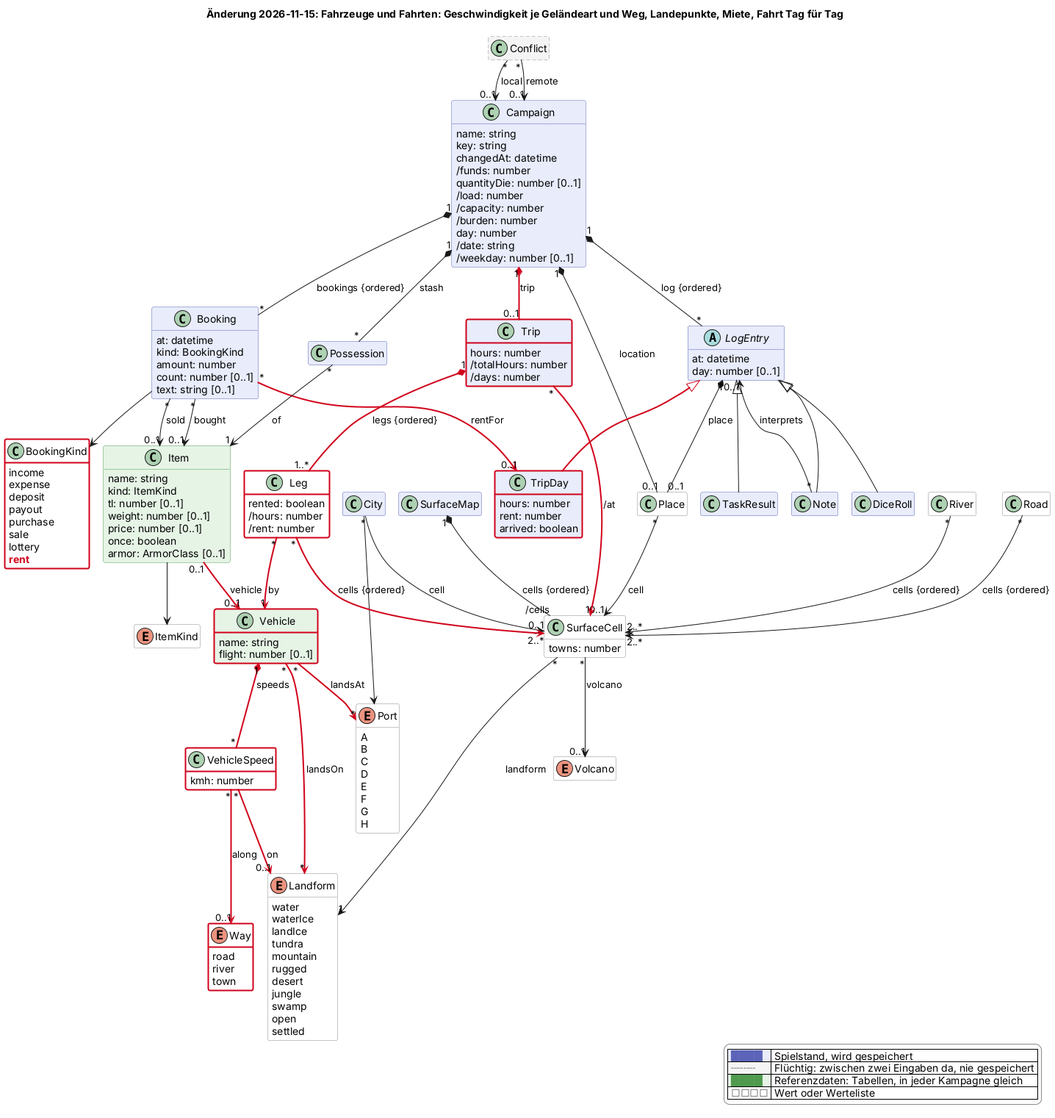
Before: docs/changes/2026-11-15-fahrzeuge-und-gelaende.png, a diagram exported from PlantUML (scuzzar/SRE).
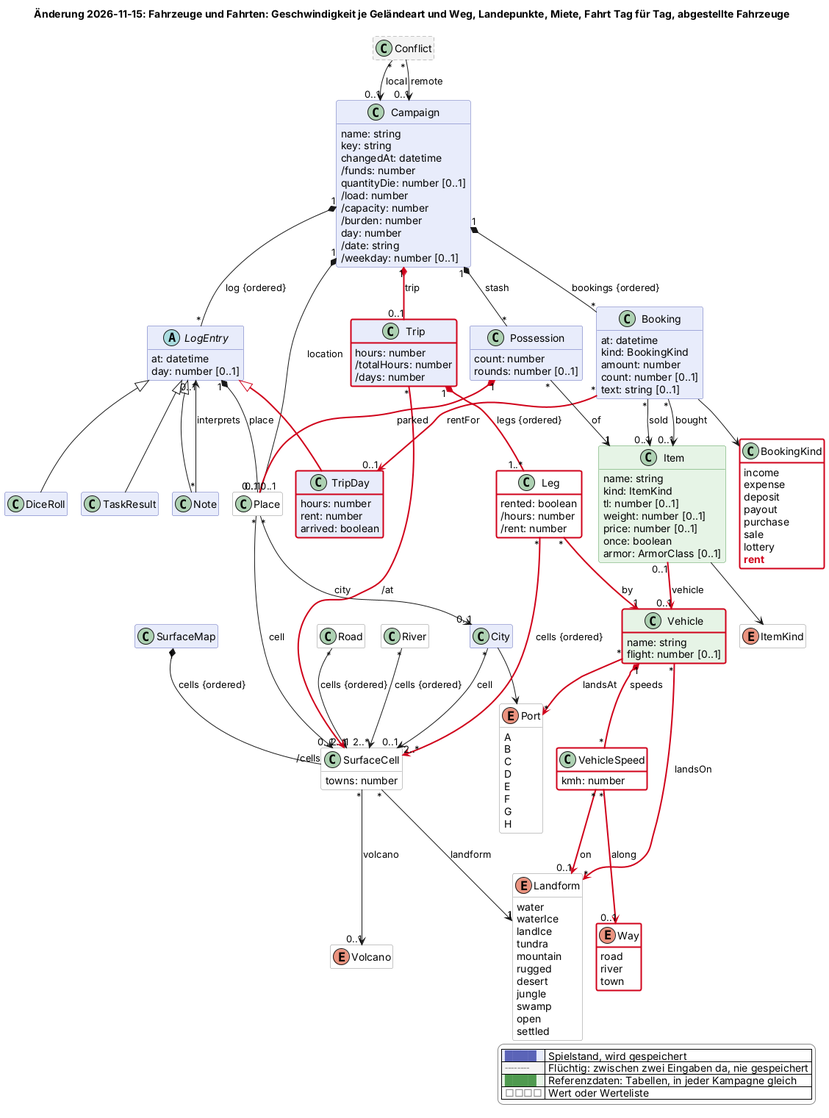
Above is the later version.

Commit message:
Modell: Fahrzeuge und Fahrt nach den Antworten des Owners, ATV aus Mission on Mithril

What changed in the source:
```diff
@@ -36,7 +36,7 @@
 !return ""
 !endfunction
 !pragma layout smetana
-title Änderung 2026-11-15: Fahrzeuge und Fahrten: Geschwindigkeit je Geländeart und Weg, Landepunkte, Miete, Fahrt Tag für Tag
+title Änderung 2026-11-15: Fahrzeuge und Fahrten: Geschwindigkeit je Geländeart und Weg, Landepunkte, Miete, Fahrt Tag für Tag, abgestellte Fahrzeuge
 hide empty members
 hide methods
 skinparam classAttributeIconSize 0
@@ -97,7 +97,10 @@
     lottery
     $new("2026-11-15", "rent")
   }
-  class Possession $shop
+  class Possession $shop {
+    count: number
+    rounds: number [0..1]
+  }
 
 
 
@@ -153,7 +156,8 @@
     G
     H
   }
-  class Place <<value>> $oberflaeche
+  class Place <<value>> $oberflaeche {
+  }
   class Vehicle <<reference>> $logistik $newClass("2026-11-15") {
     name: string
     flight: number [0..1]
@@ -202,6 +206,7 @@
 City "*" --> "0..1" SurfaceCell : cell
 LogEntry "1" *-- "0..1" Place : place
 Place "*" --> "0..1" SurfaceCell : cell
+Place "*" --> "0..1" City : city
 City --> Port
 Item "0..1" -$newArrow("2026-11-15")-> "0..1" Vehicle : vehicle
 Vehicle "1" *-$newArrow("2026-11-15")- "*" VehicleSpeed : speeds
@@ -216,6 +221,7 @@
 Trip "*" -$newArrow("2026-11-15")-> "1" SurfaceCell : /at
 LogEntry <|-$newArrow("2026-11-15")- TripDay
 Booking "*" -$newArrow("2026-11-15")-> "0..1" TripDay : rentFor
+Possession "1" *-$newArrow("2026-11-15")- "0..1" Place : parked
 
 Campaign "1" *-- "*" Possession : stash
 Possession "*" --> "1" Item : of
```
